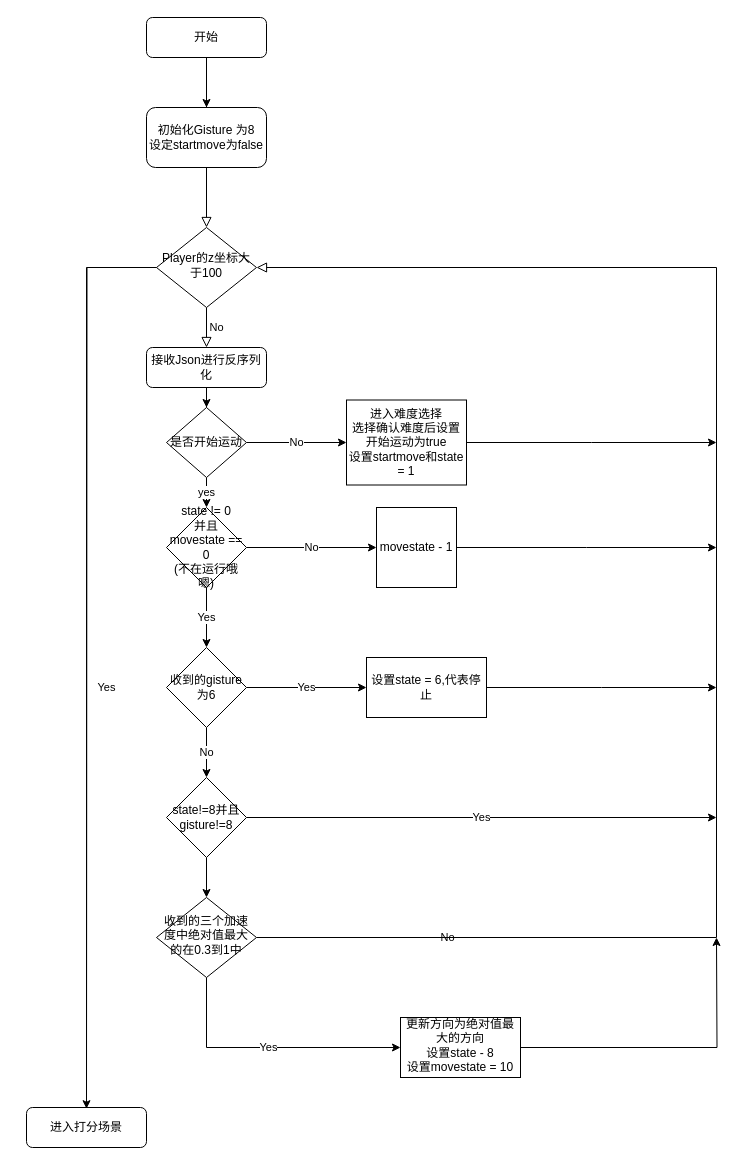
Above: Untitled Diagram.drawio in Decodetalkers/draw.io (draw.io), before the change. Source tidied: cells renumbered, new cells numbered last; positions are measured from the earlier drawing's top-left corner, leaving out a move shared by most shapes. Both pictures are drawn from the tidied source at 100%, with x=0, y=0 at pixel (26, 17).
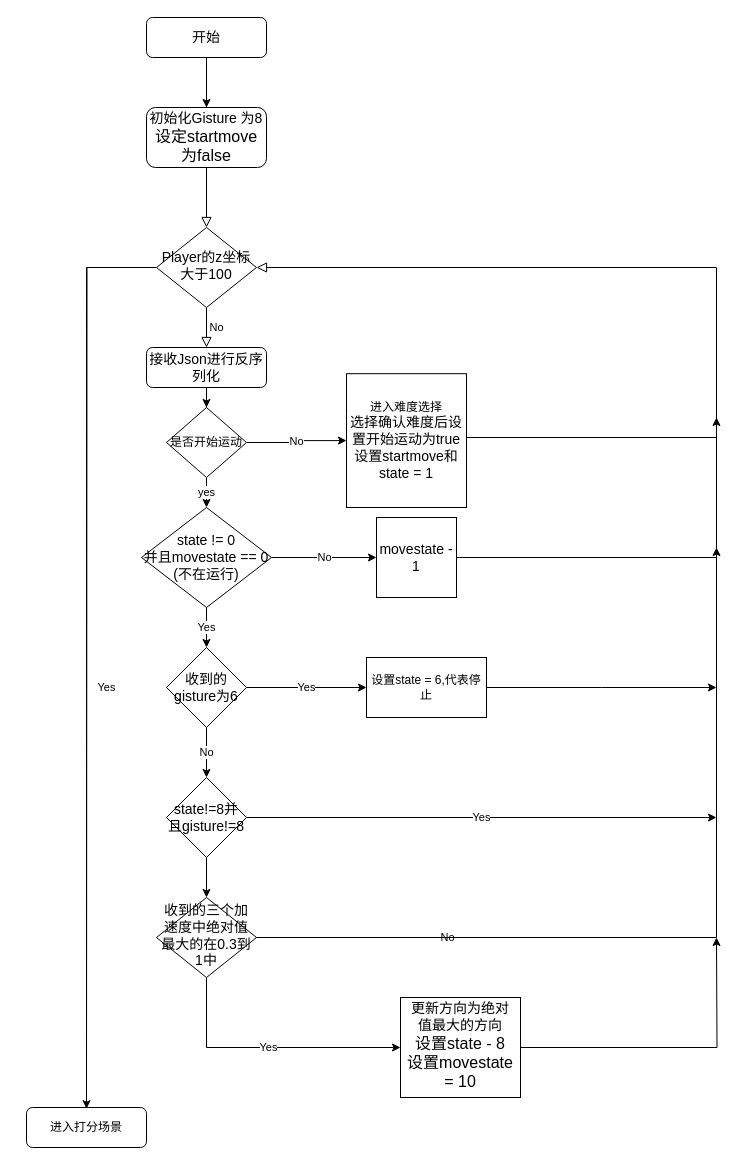
The same diagram, later.

The edit, as a diff of the source:
```diff
@@
-    <mxCell id="4" value="开始" style="rounded=1;whiteSpace=wrap;html=1;fontSize=12;glass=0;strokeWidth=1;shadow=0;" parent="1" vertex="1">
+    <mxCell id="4" value="&lt;font style=&quot;font-size: 14px;&quot;&gt;开始&lt;/font&gt;" style="rounded=1;whiteSpace=wrap;html=1;fontSize=12;glass=0;strokeWidth=1;shadow=0;" parent="1" vertex="1">
       <mxGeometry x="120" width="120" height="40" as="geometry" />
     </mxCell>
@@
-    <mxCell id="8" value="Player的z坐标大于100" style="rhombus;whiteSpace=wrap;html=1;shadow=0;fontFamily=Helvetica;fontSize=12;align=center;strokeWidth=1;spacing=6;spacingTop=-4;" parent="1" vertex="1">
+    <mxCell id="8" value="&lt;font style=&quot;font-size: 14px;&quot;&gt;Player的z坐标大于100&lt;/font&gt;" style="rhombus;whiteSpace=wrap;html=1;shadow=0;fontFamily=Helvetica;fontSize=12;align=center;strokeWidth=1;spacing=6;spacingTop=-4;" parent="1" vertex="1">
       <mxGeometry x="130" y="210" width="100" height="80" as="geometry" />
     </mxCell>
@@
-    <mxCell id="10" value="接收Json进行反序列化" style="rounded=1;whiteSpace=wrap;html=1;fontSize=12;glass=0;strokeWidth=1;shadow=0;" parent="1" vertex="1">
+    <mxCell id="10" value="&lt;font style=&quot;font-size: 14px;&quot;&gt;接收Json进行反序列化&lt;/font&gt;" style="rounded=1;whiteSpace=wrap;html=1;fontSize=12;glass=0;strokeWidth=1;shadow=0;" parent="1" vertex="1">
       <mxGeometry x="120" y="330" width="120" height="40" as="geometry" />
     </mxCell>
@@
-    <mxCell id="13" value="收到的三个加速度中绝对值最大的在0.3到1中" style="rhombus;whiteSpace=wrap;html=1;shadow=0;fontFamily=Helvetica;fontSize=12;align=center;strokeWidth=1;spacing=6;spacingTop=-4;" parent="1" vertex="1">
+    <mxCell id="13" value="&lt;font style=&quot;font-size: 14px;&quot;&gt;收到的三个加速度中绝对值最大的在0.3到1中&lt;/font&gt;" style="rhombus;whiteSpace=wrap;html=1;shadow=0;fontFamily=Helvetica;fontSize=12;align=center;strokeWidth=1;spacing=6;spacingTop=-4;" parent="1" vertex="1">
       <mxGeometry x="130" y="880" width="100" height="80" as="geometry" />
     </mxCell>
@@
-    <mxCell id="15" value="&lt;div&gt;初始化Gisture 为8&lt;/div&gt;&lt;div&gt;设定startmove为false&lt;br&gt;&lt;/div&gt;" style="rounded=1;whiteSpace=wrap;html=1;" parent="1" vertex="1">
+    <mxCell id="15" value="&lt;div&gt;&lt;font style=&quot;font-size: 14px;&quot;&gt;初始化Gisture 为8&lt;/font&gt;&lt;/div&gt;&lt;div&gt;&lt;font size=&quot;3&quot;&gt;设定startmove为false&lt;br&gt;&lt;/font&gt;&lt;/div&gt;" style="rounded=1;whiteSpace=wrap;html=1;" parent="1" vertex="1">
       <mxGeometry x="120" y="90" width="120" height="60" as="geometry" />
     </mxCell>
@@
-    <mxCell id="22" value="&lt;div&gt;state != 0&lt;/div&gt;&lt;div&gt;并且movestate == 0&lt;/div&gt;&lt;div&gt;(不在运行哦嗯)&lt;br&gt;&lt;/div&gt;" style="rhombus;whiteSpace=wrap;html=1;" parent="1" vertex="1">
-      <mxGeometry x="140" y="490" width="80" height="80" as="geometry" />
+    <mxCell id="22" value="&lt;div&gt;&lt;font style=&quot;font-size: 14px;&quot;&gt;state != 0&lt;/font&gt;&lt;/div&gt;&lt;div&gt;&lt;font style=&quot;font-size: 14px;&quot;&gt;并且movestate == 0&lt;/font&gt;&lt;/div&gt;&lt;div&gt;&lt;font style=&quot;font-size: 14px;&quot;&gt;(不在运行)&lt;br&gt;&lt;/font&gt;&lt;/div&gt;" style="rhombus;whiteSpace=wrap;html=1;" parent="1" vertex="1">
+      <mxGeometry x="115" y="490" width="130" height="100" as="geometry" />
     </mxCell>
@@
-    <mxCell id="25" value="收到的gisture为6" style="rhombus;whiteSpace=wrap;html=1;" parent="1" vertex="1">
+    <mxCell id="25" value="&lt;font style=&quot;font-size: 14px;&quot;&gt;收到的gisture为6&lt;/font&gt;" style="rhombus;whiteSpace=wrap;html=1;" parent="1" vertex="1">
       <mxGeometry x="140" y="630" width="80" height="80" as="geometry" />
     </mxCell>
@@
-    <mxCell id="28" value="state!=8并且gisture!=8" style="rhombus;whiteSpace=wrap;html=1;" parent="1" vertex="1">
+    <mxCell id="28" value="&lt;font style=&quot;font-size: 14px;&quot;&gt;state!=8并且gisture!=8&lt;/font&gt;" style="rhombus;whiteSpace=wrap;html=1;" parent="1" vertex="1">
       <mxGeometry x="140" y="760" width="80" height="80" as="geometry" />
     </mxCell>
     <mxCell id="29" style="edgeStyle=orthogonalEdgeStyle;rounded=0;jettySize=auto;html=1;" parent="1" edge="1" source="30">
       <mxGeometry relative="1" as="geometry">
-        <mxPoint x="690" y="425" as="targetPoint" />
+        <mxPoint x="690" y="400" as="targetPoint" />
+        <Array as="points">
+          <mxPoint x="690" y="420" />
+        </Array>
       </mxGeometry>
     </mxCell>
-    <mxCell id="30" value="&lt;div&gt;进入难度选择&lt;/div&gt;&lt;div&gt;选择确认难度后设置开始运动为true&lt;br&gt;&lt;/div&gt;&lt;div&gt;设置startmove和state = 1&lt;br&gt;&lt;/div&gt;" style="whiteSpace=wrap;html=1;" parent="1" vertex="1">
-      <mxGeometry x="320" y="382.5" width="120" height="85" as="geometry" />
+    <mxCell id="30" value="&lt;div&gt;&lt;font style=&quot;font-size: 12px;&quot;&gt;进入难度选择&lt;/font&gt;&lt;/div&gt;&lt;div&gt;&lt;font style=&quot;font-size: 14px;&quot;&gt;选择确认难度后设置开始运动为true&lt;br&gt;&lt;/font&gt;&lt;/div&gt;&lt;div&gt;&lt;font style=&quot;font-size: 14px;&quot;&gt;设置startmove和state = 1&lt;br&gt;&lt;/font&gt;&lt;/div&gt;" style="whiteSpace=wrap;html=1;" parent="1" vertex="1">
+      <mxGeometry x="320" y="356.2" width="120" height="133.8" as="geometry" />
     </mxCell>
@@
-    <mxCell id="34" value="&lt;div&gt;更新方向为绝对值最大的方向&lt;/div&gt;&lt;div&gt;设置state - 8&lt;br&gt;&lt;/div&gt;&lt;div&gt;设置movestate = 10&lt;br&gt;&lt;/div&gt;" style="whiteSpace=wrap;html=1;shadow=0;strokeWidth=1;spacing=6;spacingTop=-4;" parent="1" vertex="1">
-      <mxGeometry x="374" y="1000" width="120" height="60" as="geometry" />
+    <mxCell id="34" value="&lt;div&gt;&lt;font style=&quot;font-size: 14px;&quot;&gt;更新方向为绝对值最大的方向&lt;/font&gt;&lt;/div&gt;&lt;div&gt;&lt;font size=&quot;3&quot;&gt;设置state - 8&lt;br&gt;&lt;/font&gt;&lt;/div&gt;&lt;div&gt;&lt;font size=&quot;3&quot;&gt;设置movestate = 10&lt;br&gt;&lt;/font&gt;&lt;/div&gt;" style="whiteSpace=wrap;html=1;shadow=0;strokeWidth=1;spacing=6;spacingTop=-4;" parent="1" vertex="1">
+      <mxGeometry x="374" y="980" width="120" height="100" as="geometry" />
     </mxCell>
     <mxCell id="35" style="edgeStyle=orthogonalEdgeStyle;rounded=0;jettySize=auto;html=1;" parent="1" edge="1" source="36">
       <mxGeometry relative="1" as="geometry">
         <mxPoint x="690" y="530" as="targetPoint" />
+        <Array as="points">
+          <mxPoint x="690" y="540" />
+        </Array>
       </mxGeometry>
     </mxCell>
-    <mxCell id="36" value="movestate - 1" style="whiteSpace=wrap;html=1;" parent="1" vertex="1">
-      <mxGeometry x="350" y="490" width="80" height="80" as="geometry" />
+    <mxCell id="36" value="&lt;font style=&quot;font-size: 14px;&quot;&gt;movestate - 1&lt;/font&gt;" style="whiteSpace=wrap;html=1;" parent="1" vertex="1">
+      <mxGeometry x="350" y="500" width="80" height="80" as="geometry" />
     </mxCell>
```
